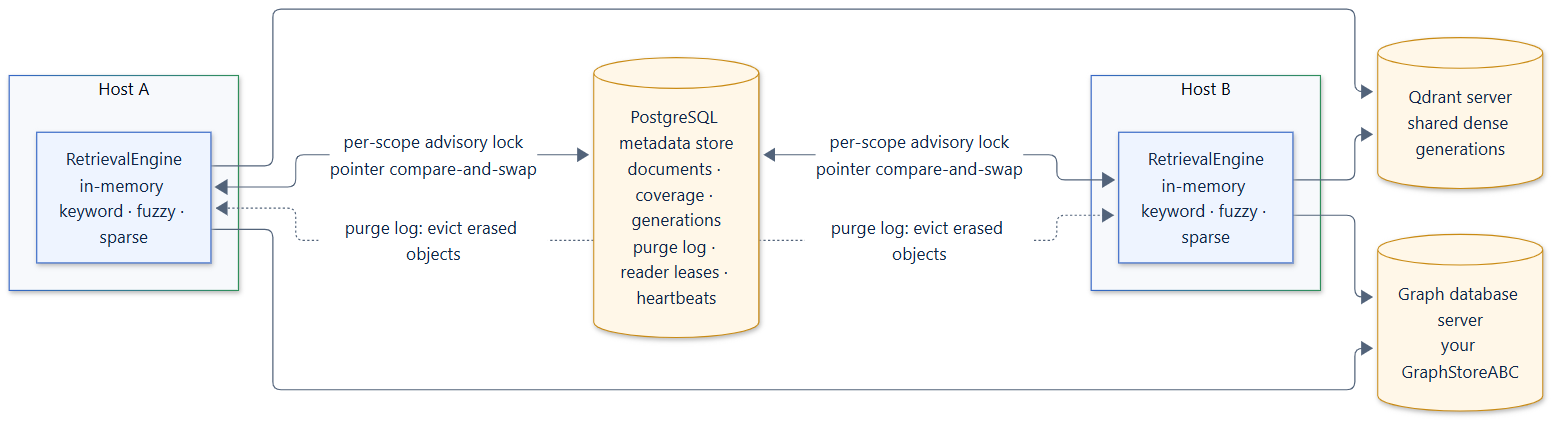
smuniharish/retrievalloom keeps this Mermaid diagram as docs/assets/diagrams/multiple-engines.png. Above is the earlier version. Its source is kept beside it as diagrams/multiple-engines.mmd.
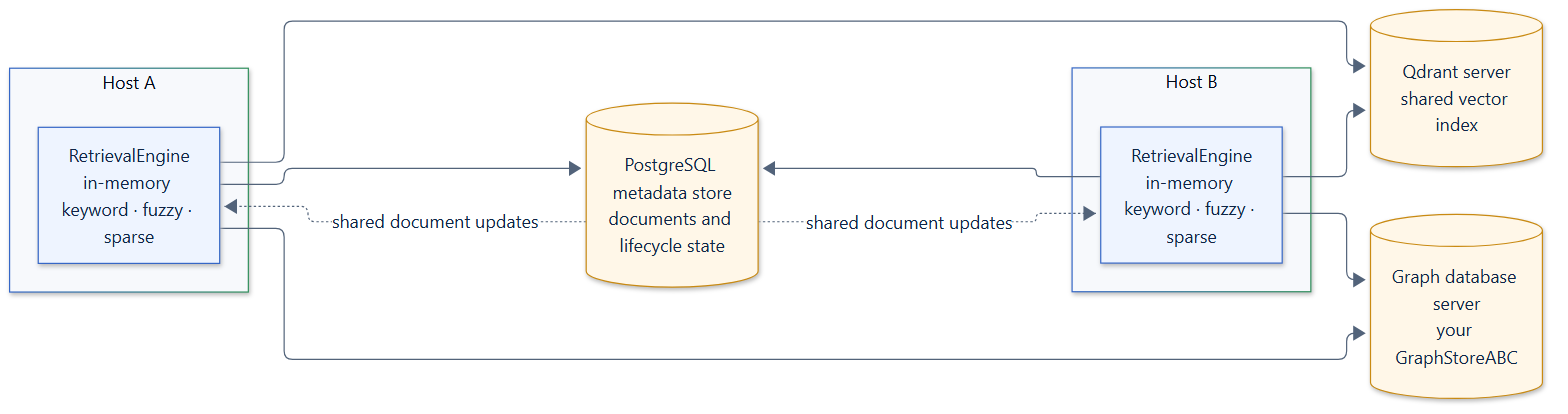
Later version of the same file.

Diff of the diagram source:
```diff
@@ -11,15 +11,15 @@
         engineB["RetrievalEngine<br/>in-memory keyword · fuzzy · sparse"]:::core
     end
 
-    postgres[("PostgreSQL metadata store<br/>documents · coverage · generations<br/>purge log · reader leases · heartbeats")]:::provider
-    qdrant[("Qdrant server<br/>shared dense generations")]:::provider
+    postgres[("PostgreSQL metadata store<br/>documents and lifecycle state")]:::provider
+    qdrant[("Qdrant server<br/>shared vector index")]:::provider
     graphdb[("Graph database server<br/>your GraphStoreABC")]:::provider
 
-    engineA <-- "per-scope advisory lock<br/>pointer compare-and-swap" --> postgres
-    engineB <-- "per-scope advisory lock<br/>pointer compare-and-swap" --> postgres
+    engineA --> postgres
+    engineB --> postgres
     engineA --> qdrant
     engineB --> qdrant
     engineA --> graphdb
     engineB --> graphdb
-    postgres -. "purge log: evict erased objects" .-> engineA
-    postgres -. "purge log: evict erased objects" .-> engineB
+    postgres -. "shared document updates" .-> engineA
+    postgres -. "shared document updates" .-> engineB
```
